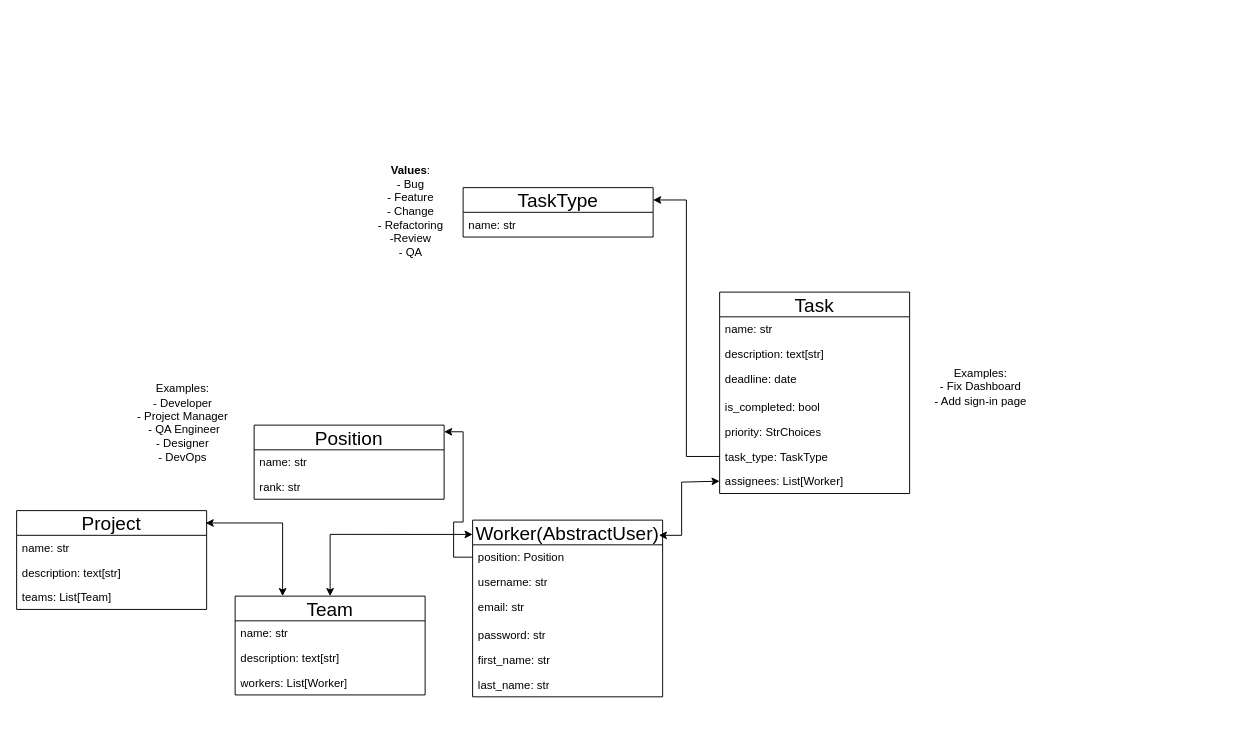
Above: database_models.drawio in 4Dream-UA/Space.4Dream (draw.io), before the change. Source tidied: cells renumbered, new cells numbered last; positions are measured from the earlier drawing's top-left corner, leaving out a move shared by most shapes. Both pictures are drawn from the tidied source at 95%, with x=0, y=0 at pixel (16, 16).
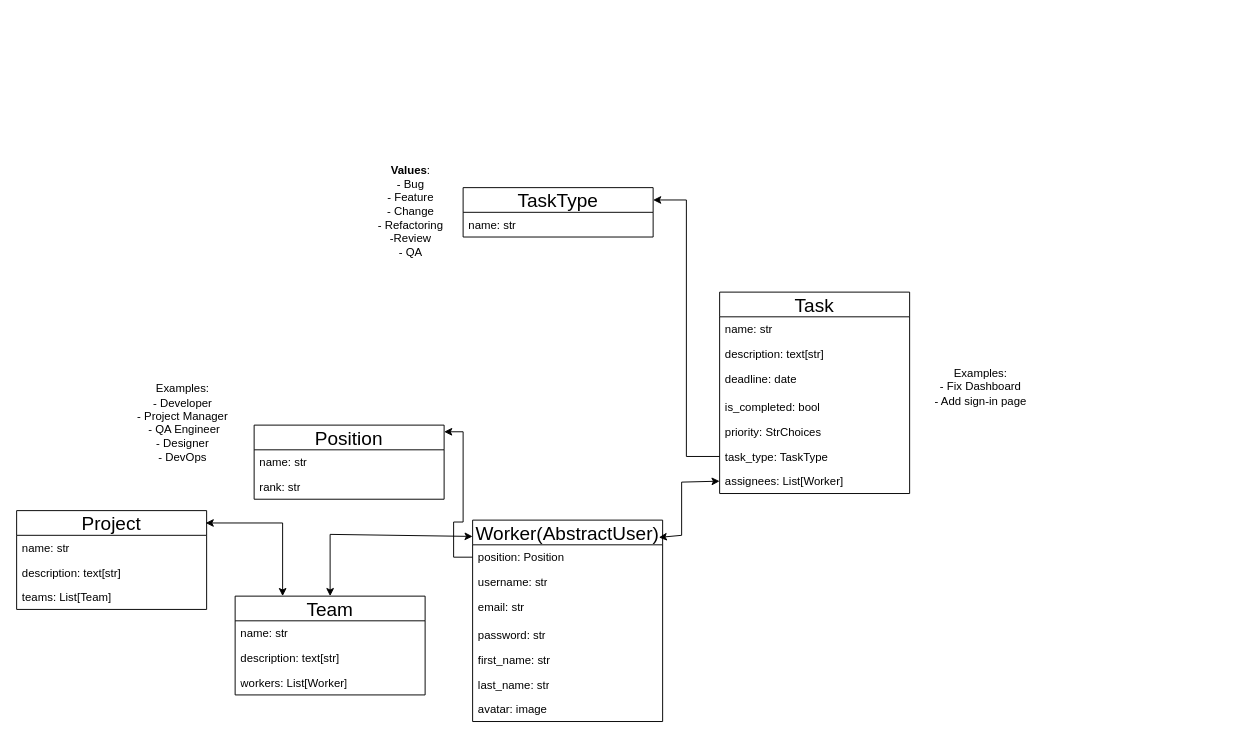
The same page after the edit.

Commit message:
Add new field to worker as avatar

Diff of the diagram source:
```diff
@@
     <mxCell id="10" value="Worker(AbstractUser)" style="swimlane;fontStyle=0;horizontal=1;startSize=26;fillColor=none;whiteSpace=wrap;html=1;fontSize=20;" parent="1" vertex="1">
-      <mxGeometry x="480" y="530" width="200" height="186" as="geometry" />
+      <mxGeometry x="480" y="530" width="200" height="212" as="geometry" />
     </mxCell>
@@
+    <mxCell id="38" value="avatar: image" style="text;strokeColor=none;fillColor=none;align=left;verticalAlign=top;spacingLeft=4;spacingRight=4;overflow=hidden;whiteSpace=wrap;html=1;" parent="10" vertex="1">
+      <mxGeometry y="186" width="200" height="26" as="geometry" />
+    </mxCell>
```
